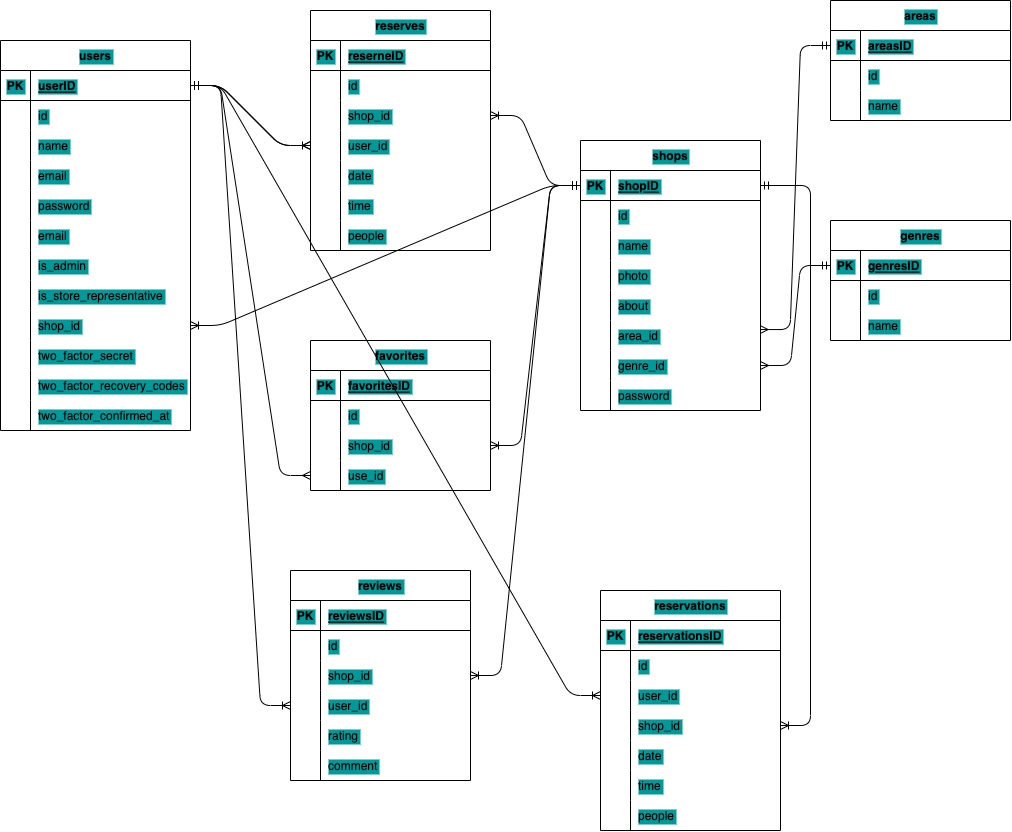
Earlier version of the draw.io export index.drawio.png (yanagimuneyoshi/rece-test). Source tidied: cells renumbered, new cells last; positions are measured from the earlier drawing's top-left corner, leaving out a move shared by most shapes.
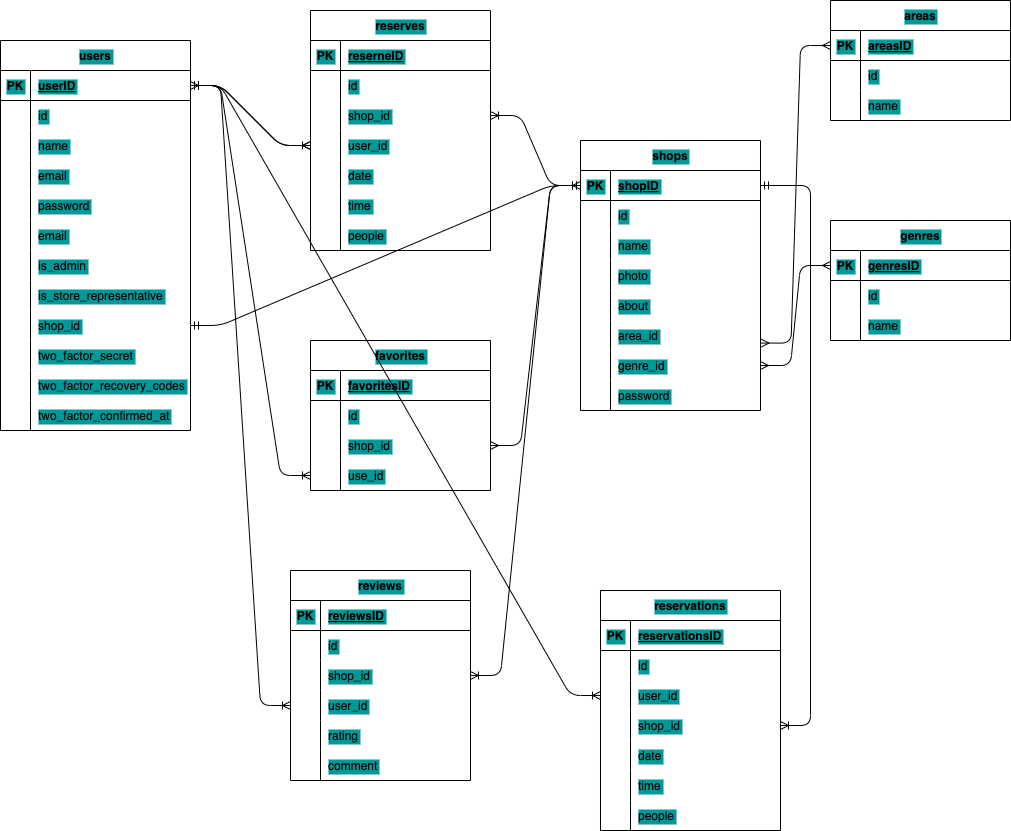
After the commit.

Change to the diagram source:
```diff
@@ -356,15 +356,6 @@
     <mxCell id="119" style="edgeStyle=entityRelationEdgeStyle;fontSize=12;html=1;endArrow=ERmany;startArrow=ERmandOne;exitX=1;exitY=0.5;exitDx=0;exitDy=0;entryX=0;entryY=0.5;entryDx=0;entryDy=0;rounded=1;endFill=0;" parent="1" edge="1" source="3" target="97">
       <mxGeometry relative="1" as="geometry" />
     </mxCell>
-    <mxCell id="120" style="edgeStyle=entityRelationEdgeStyle;fontSize=12;html=1;endArrow=ERmany;startArrow=ERmandOne;exitX=1;exitY=0.5;exitDx=0;exitDy=0;entryX=0;entryY=0.5;entryDx=0;entryDy=0;endFill=0;" parent="1" edge="1" source="3" target="84">
-      <mxGeometry relative="1" as="geometry" />
-    </mxCell>
-    <mxCell id="121" style="edgeStyle=entityRelationEdgeStyle;fontSize=12;html=1;endArrow=ERmany;startArrow=ERmandOne;rounded=1;endFill=0;entryX=0.998;entryY=0.302;entryDx=0;entryDy=0;entryPerimeter=0;exitX=0;exitY=0.5;exitDx=0;exitDy=0;" parent="1" edge="1" source="40" target="65">
-      <mxGeometry relative="1" as="geometry" />
-    </mxCell>
-    <mxCell id="122" style="edgeStyle=entityRelationEdgeStyle;fontSize=12;html=1;endArrow=ERmany;startArrow=ERmandOne;rounded=1;exitX=0;exitY=0.5;exitDx=0;exitDy=0;endFill=0;entryX=1;entryY=0.5;entryDx=0;entryDy=0;" parent="1" edge="1" source="110" target="68">
-      <mxGeometry relative="1" as="geometry" />
-    </mxCell>
     <mxCell id="123" value="reviews" style="shape=table;startSize=30;rowLines=0;fontStyle=1;align=center;labelBackgroundColor=#009999;" parent="1" vertex="1">
       <mxGeometry x="290" y="570" width="180" height="210" as="geometry" />
     </mxCell>
@@ -488,12 +479,6 @@
     <mxCell id="163" value="people" style="shape=partialRectangle;fillColor=none;top=0;left=0;bottom=0;right=0;align=left;spacingLeft=6;overflow=hidden;labelBackgroundColor=#009999;" parent="161" vertex="1">
       <mxGeometry x="30" width="150" height="30" as="geometry" />
     </mxCell>
-    <mxCell id="164" style="edgeStyle=entityRelationEdgeStyle;fontSize=12;html=1;endArrow=ERoneToMany;startArrow=ERmandOne;entryX=1;entryY=0.5;entryDx=0;entryDy=0;exitX=0;exitY=0.5;exitDx=0;exitDy=0;" parent="1" edge="1" source="50" target="27">
-      <mxGeometry relative="1" as="geometry" />
-    </mxCell>
-    <mxCell id="165" style="edgeStyle=entityRelationEdgeStyle;fontSize=12;html=1;endArrow=ERoneToMany;startArrow=ERmandOne;exitX=0;exitY=0.5;exitDx=0;exitDy=0;" parent="1" edge="1" source="50" target="81">
-      <mxGeometry relative="1" as="geometry" />
-    </mxCell>
     <mxCell id="166" style="edgeStyle=entityRelationEdgeStyle;fontSize=12;html=1;endArrow=ERoneToMany;startArrow=ERmandOne;entryX=0;entryY=0.5;entryDx=0;entryDy=0;exitX=1;exitY=0.5;exitDx=0;exitDy=0;" parent="1" edge="1" source="3" target="97">
       <mxGeometry relative="1" as="geometry" />
     </mxCell>
@@ -512,5 +497,20 @@
     <mxCell id="171" style="edgeStyle=entityRelationEdgeStyle;fontSize=12;html=1;endArrow=ERoneToMany;startArrow=ERmandOne;exitX=1;exitY=0.5;exitDx=0;exitDy=0;" parent="1" edge="1" source="50" target="152">
       <mxGeometry relative="1" as="geometry" />
     </mxCell>
+    <mxCell id="172" style="edgeStyle=entityRelationEdgeStyle;fontSize=12;html=1;endArrow=ERmandOne;startArrow=ERmandOne;entryX=0;entryY=0.5;entryDx=0;entryDy=0;" parent="1" edge="1" source="27" target="50">
+      <mxGeometry relative="1" as="geometry" />
+    </mxCell>
+    <mxCell id="120" style="edgeStyle=entityRelationEdgeStyle;fontSize=12;html=1;endArrow=ERoneToMany;startArrow=ERoneToMany;exitX=1;exitY=0.5;exitDx=0;exitDy=0;" parent="1" edge="1" source="3" target="84">
+      <mxGeometry relative="1" as="geometry" />
+    </mxCell>
+    <mxCell id="173" style="edgeStyle=entityRelationEdgeStyle;fontSize=12;html=1;endArrow=ERmany;startArrow=ERmany;entryX=0;entryY=0.5;entryDx=0;entryDy=0;" parent="1" edge="1" source="81" target="50">
+      <mxGeometry relative="1" as="geometry" />
+    </mxCell>
+    <mxCell id="174" style="edgeStyle=entityRelationEdgeStyle;fontSize=12;html=1;endArrow=ERmany;startArrow=ERmany;entryX=0;entryY=0.5;entryDx=0;entryDy=0;exitX=1.003;exitY=0.753;exitDx=0;exitDy=0;exitPerimeter=0;" parent="1" edge="1" source="65" target="40">
+      <mxGeometry relative="1" as="geometry" />
+    </mxCell>
+    <mxCell id="175" style="edgeStyle=entityRelationEdgeStyle;fontSize=12;html=1;endArrow=ERmany;startArrow=ERmany;entryX=0;entryY=0.5;entryDx=0;entryDy=0;" parent="1" edge="1" source="68" target="110">
+      <mxGeometry relative="1" as="geometry" />
+    </mxCell>
   </root>
 </mxGraphModel>
```
